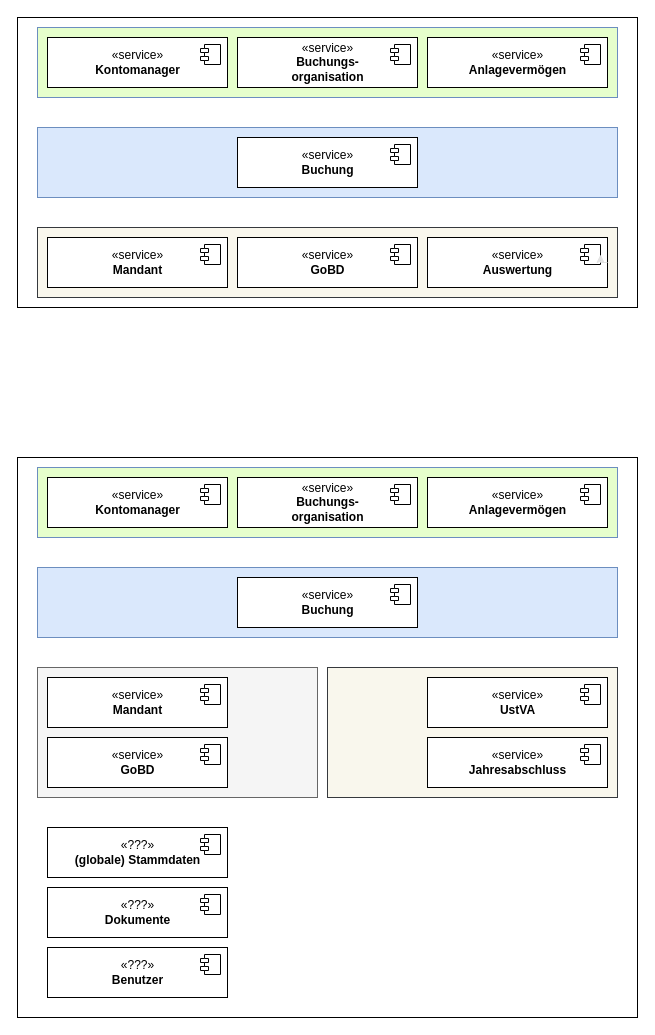
Earlier version of the draw.io diagram page "technische Komponenten" (3 of 4) of Untitled Diagram.drawio (DirkPodolakEssquare/agenda). Source tidied: cells renumbered, new cells numbered last; positions are measured from the earlier drawing's top-left corner, leaving out a move shared by most shapes. Both pictures are drawn from the tidied source at 100%, with x=0, y=0 at pixel (17, 17).
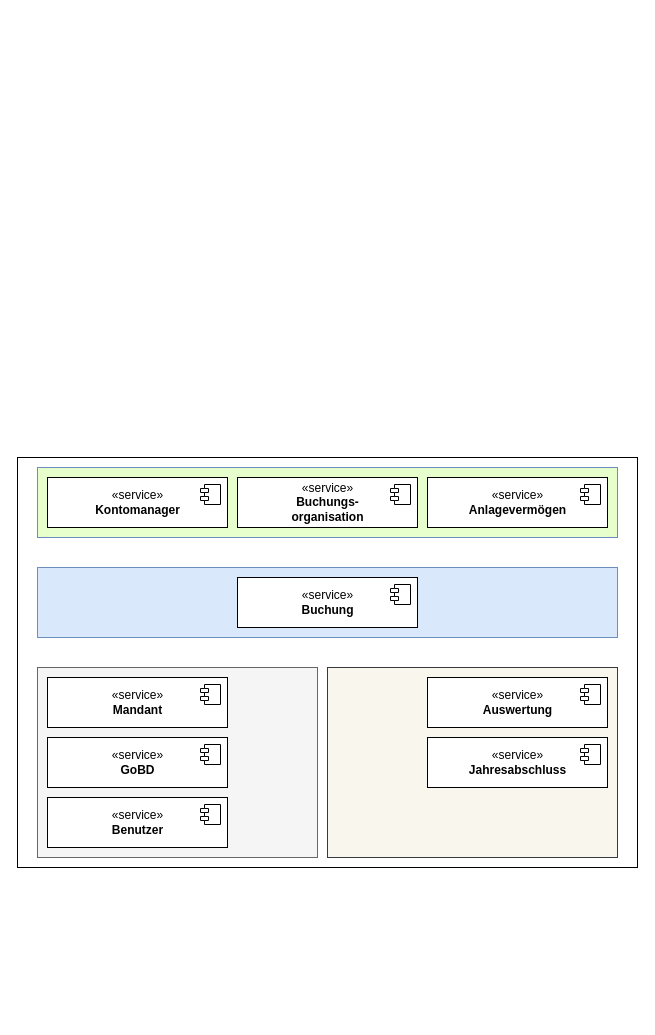
After the change.

What changed in the source:
```diff
@@
-    <mxCell id="2" style="rounded=0;whiteSpace=wrap;html=1;" parent="1" vertex="1">
-      <mxGeometry width="620" height="290" as="geometry" />
-    </mxCell>
-    <mxCell id="3" style="rounded=0;whiteSpace=wrap;html=1;fillColor=#f9f7ed;strokeColor=#36393d;" parent="1" vertex="1">
-      <mxGeometry x="20" y="210" width="580" height="70" as="geometry" />
-    </mxCell>
     <mxCell id="4" style="rounded=0;whiteSpace=wrap;html=1;" parent="1" vertex="1">
-      <mxGeometry y="440" width="620" height="560" as="geometry" />
+      <mxGeometry y="440" width="620" height="410" as="geometry" />
     </mxCell>
     <mxCell id="5" style="rounded=0;whiteSpace=wrap;html=1;fillColor=#f9f7ed;strokeColor=#36393d;" parent="1" vertex="1">
-      <mxGeometry x="310" y="650" width="290" height="130" as="geometry" />
+      <mxGeometry x="310" y="650" width="290" height="190" as="geometry" />
     </mxCell>
     <mxCell id="6" style="rounded=0;whiteSpace=wrap;html=1;fillColor=#f5f5f5;strokeColor=#666666;fontColor=#333333;" parent="1" vertex="1">
-      <mxGeometry x="20" y="650" width="280" height="130" as="geometry" />
+      <mxGeometry x="20" y="650" width="280" height="190" as="geometry" />
     </mxCell>
@@
-    <mxCell id="8" style="rounded=0;whiteSpace=wrap;html=1;fillColor=#dae8fc;strokeColor=#6c8ebf;" parent="1" vertex="1">
-      <mxGeometry x="20" y="110" width="580" height="70" as="geometry" />
-    </mxCell>
-    <mxCell id="9" style="rounded=0;whiteSpace=wrap;html=1;strokeColor=#6c8ebf;fillColor=#E6FFCC;" parent="1" vertex="1">
-      <mxGeometry x="20" y="10" width="580" height="70" as="geometry" />
-    </mxCell>
-    <mxCell id="10" value="«service»&lt;br&gt;&lt;b&gt;Buchung&lt;/b&gt;" style="html=1;" parent="1" vertex="1">
-      <mxGeometry x="220" y="120" width="180" height="50" as="geometry" />
-    </mxCell>
-    <mxCell id="11" style="shape=module;jettyWidth=8;jettyHeight=4;" parent="10" vertex="1">
-      <mxGeometry x="1" width="20" height="20" relative="1" as="geometry">
-        <mxPoint x="-27" y="7" as="offset" />
-      </mxGeometry>
-    </mxCell>
-    <mxCell id="12" value="«service»&lt;br&gt;&lt;b&gt;Mandant&lt;br&gt;&lt;/b&gt;" style="html=1;" parent="1" vertex="1">
-      <mxGeometry x="30" y="220" width="180" height="50" as="geometry" />
-    </mxCell>
-    <mxCell id="13" style="shape=module;jettyWidth=8;jettyHeight=4;" parent="12" vertex="1">
-      <mxGeometry x="1" width="20" height="20" relative="1" as="geometry">
-        <mxPoint x="-27" y="7" as="offset" />
-      </mxGeometry>
-    </mxCell>
-    <mxCell id="14" value="«service»&lt;br&gt;&lt;b&gt;Anlagevermögen&lt;br&gt;&lt;/b&gt;" style="html=1;" parent="1" vertex="1">
-      <mxGeometry x="410" y="20" width="180" height="50" as="geometry" />
-    </mxCell>
-    <mxCell id="15" style="shape=module;jettyWidth=8;jettyHeight=4;" parent="14" vertex="1">
-      <mxGeometry x="1" width="20" height="20" relative="1" as="geometry">
-        <mxPoint x="-27" y="7" as="offset" />
-      </mxGeometry>
-    </mxCell>
-    <mxCell id="16" value="«service»&lt;br&gt;&lt;b&gt;Kontomanager&lt;br&gt;&lt;/b&gt;" style="html=1;" parent="1" vertex="1">
-      <mxGeometry x="30" y="20" width="180" height="50" as="geometry" />
-    </mxCell>
-    <mxCell id="17" style="shape=module;jettyWidth=8;jettyHeight=4;" parent="16" vertex="1">
-      <mxGeometry x="1" width="20" height="20" relative="1" as="geometry">
-        <mxPoint x="-27" y="7" as="offset" />
-      </mxGeometry>
-    </mxCell>
-    <mxCell id="18" value="«service»&lt;br&gt;&lt;b&gt;Buchungs-&lt;br&gt;organisation&lt;br&gt;&lt;/b&gt;" style="html=1;" parent="1" vertex="1">
-      <mxGeometry x="220" y="20" width="180" height="50" as="geometry" />
-    </mxCell>
-    <mxCell id="19" style="shape=module;jettyWidth=8;jettyHeight=4;" parent="18" vertex="1">
-      <mxGeometry x="1" width="20" height="20" relative="1" as="geometry">
-        <mxPoint x="-27" y="7" as="offset" />
-      </mxGeometry>
-    </mxCell>
-    <mxCell id="20" value="«service»&lt;br&gt;&lt;b&gt;GoBD&lt;br&gt;&lt;/b&gt;" style="html=1;" parent="1" vertex="1">
-      <mxGeometry x="220" y="220" width="180" height="50" as="geometry" />
-    </mxCell>
-    <mxCell id="21" style="shape=module;jettyWidth=8;jettyHeight=4;" parent="20" vertex="1">
-      <mxGeometry x="1" width="20" height="20" relative="1" as="geometry">
-        <mxPoint x="-27" y="7" as="offset" />
-      </mxGeometry>
-    </mxCell>
@@
-    <mxCell id="35" value="«service»&lt;br&gt;&lt;b&gt;UstVA&lt;br&gt;&lt;/b&gt;" style="html=1;" parent="1" vertex="1">
+    <mxCell id="35" value="«service»&lt;br&gt;&lt;b&gt;Auswertung&lt;br&gt;&lt;/b&gt;" style="html=1;" parent="1" vertex="1">
       <mxGeometry x="410" y="660" width="180" height="50" as="geometry" />
     </mxCell>
@@
-    <mxCell id="39" value="«service»&lt;br&gt;&lt;b&gt;Auswertung&lt;br&gt;&lt;/b&gt;" style="html=1;" parent="1" vertex="1">
-      <mxGeometry x="410" y="220" width="180" height="50" as="geometry" />
-    </mxCell>
-    <mxCell id="40" style="shape=module;jettyWidth=8;jettyHeight=4;" parent="39" vertex="1">
-      <mxGeometry x="1" width="20" height="20" relative="1" as="geometry">
-        <mxPoint x="-27" y="7" as="offset" />
-      </mxGeometry>
-    </mxCell>
-    <mxCell id="41" style="edgeStyle=orthogonalEdgeStyle;rounded=0;jettySize=auto;html=1;exitX=1;exitY=0.5;exitDx=0;exitDy=0;entryX=1;entryY=0.5;entryDx=0;entryDy=0;fontColor=#E3E3E3;strokeColor=#E3E3E3;" parent="39" edge="1" source="39" target="40">
-      <mxGeometry relative="1" as="geometry" />
-    </mxCell>
-    <mxCell id="42" value="«???»&lt;br&gt;&lt;b&gt;(globale) Stammdaten&lt;br&gt;&lt;/b&gt;" style="html=1;" parent="1" vertex="1">
-      <mxGeometry x="30" y="810" width="180" height="50" as="geometry" />
-    </mxCell>
-    <mxCell id="43" style="shape=module;jettyWidth=8;jettyHeight=4;" parent="42" vertex="1">
-      <mxGeometry x="1" width="20" height="20" relative="1" as="geometry">
-        <mxPoint x="-27" y="7" as="offset" />
-      </mxGeometry>
-    </mxCell>
-    <mxCell id="44" value="«???»&lt;br&gt;&lt;b&gt;Dokumente&lt;br&gt;&lt;/b&gt;" style="html=1;" parent="1" vertex="1">
-      <mxGeometry x="30" y="870" width="180" height="50" as="geometry" />
-    </mxCell>
-    <mxCell id="45" style="shape=module;jettyWidth=8;jettyHeight=4;" parent="44" vertex="1">
-      <mxGeometry x="1" width="20" height="20" relative="1" as="geometry">
-        <mxPoint x="-27" y="7" as="offset" />
-      </mxGeometry>
-    </mxCell>
-    <mxCell id="46" value="«???»&lt;br&gt;&lt;b&gt;Benutzer&lt;br&gt;&lt;/b&gt;" style="html=1;" parent="1" vertex="1">
-      <mxGeometry x="30" y="930" width="180" height="50" as="geometry" />
+    <mxCell id="46" value="«service»&lt;br&gt;&lt;b&gt;Benutzer&lt;br&gt;&lt;/b&gt;" style="html=1;" parent="1" vertex="1">
+      <mxGeometry x="30" y="780" width="180" height="50" as="geometry" />
     </mxCell>
```
